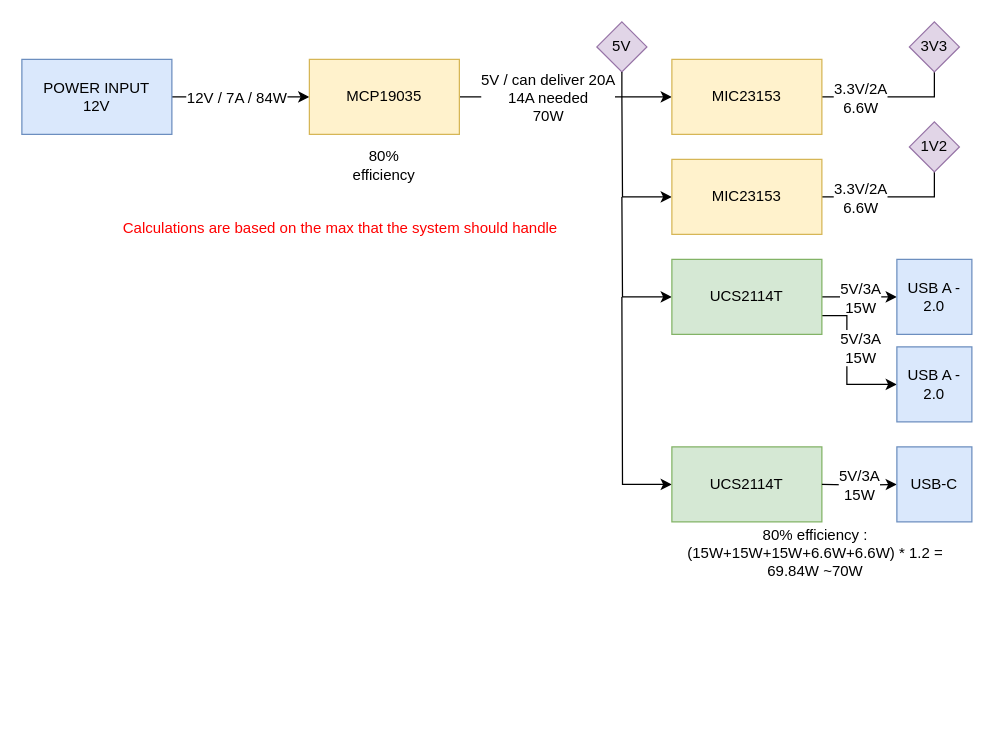
silardg/hub_project keeps this draw.io diagram as Docs/System Design/power-overview.drawio. Above is the earlier version. Source tidied: cells renumbered, new cells numbered last; positions are measured from the earlier drawing's top-left corner, leaving out a move shared by most shapes. Both pictures are drawn from the tidied source at 125%, with x=0, y=0 at pixel (21, 21).
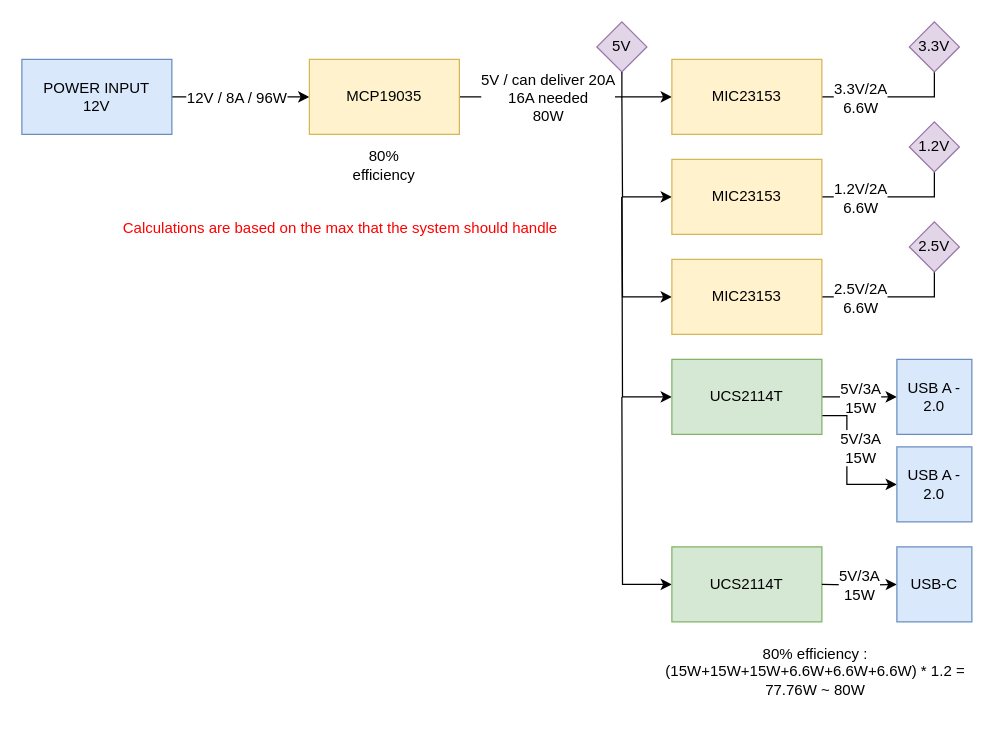
The same page after the edit.

The change refers to these unchanged cells:
```xml
<mxCell id="2" style="edgeStyle=orthogonalEdgeStyle;rounded=0;jettySize=auto;html=1;" parent="1" edge="1" source="4" target="7">
  <mxGeometry relative="1" as="geometry" />
</mxCell>
<mxCell id="5" style="edgeStyle=orthogonalEdgeStyle;rounded=0;jettySize=auto;html=1;fontSize=12;" parent="1" edge="1" source="7" target="10">
  <mxGeometry relative="1" as="geometry" />
</mxCell>
<mxCell id="12" style="edgeStyle=orthogonalEdgeStyle;rounded=0;jettySize=auto;html=1;exitX=1;exitY=0.5;exitDx=0;exitDy=0;entryX=0.5;entryY=1;entryDx=0;entryDy=0;fontSize=12;startArrow=none;startFill=0;endArrow=none;endFill=0;" parent="1" edge="1" source="14" target="18">
  <mxGeometry relative="1" as="geometry" />
</mxCell>
```

The edit, as a diff of the source:
```diff
@@
-    <mxCell id="3" value="12V / 7A / 84W" style="edgeLabel;html=1;align=center;verticalAlign=middle;fontSize=12;" parent="2" vertex="1">
+    <mxCell id="3" value="12V / 8A / 96W" style="edgeLabel;html=1;align=center;verticalAlign=middle;fontSize=12;" parent="2" vertex="1">
       <mxGeometry x="-0.19" relative="1" as="geometry">
         <mxPoint x="6" as="offset" />
       </mxGeometry>
     </mxCell>
@@
-    <mxCell id="6" value="5V / can deliver 20A&lt;br&gt;14A needed&lt;br&gt;70W" style="edgeLabel;html=1;align=center;verticalAlign=middle;fontSize=12;" parent="5" vertex="1">
+    <mxCell id="6" value="5V / can deliver 20A&lt;br&gt;16A needed&lt;br&gt;80W" style="edgeLabel;html=1;align=center;verticalAlign=middle;fontSize=12;" parent="5" vertex="1">
       <mxGeometry x="-0.31" y="1" relative="1" as="geometry">
         <mxPoint x="11" y="1" as="offset" />
       </mxGeometry>
     </mxCell>
@@
-    <mxCell id="13" value="3.3V/2A&lt;br&gt;6.6W" style="edgeLabel;html=1;align=center;verticalAlign=middle;fontSize=12;" parent="12" vertex="1">
+    <mxCell id="13" value="1.2V/2A&lt;br&gt;6.6W" style="edgeLabel;html=1;align=center;verticalAlign=middle;fontSize=12;" parent="12" vertex="1">
       <mxGeometry x="-0.4" relative="1" as="geometry">
         <mxPoint x="-3" as="offset" />
       </mxGeometry>
     </mxCell>
@@
-    <mxCell id="17" value="&lt;font style=&quot;font-size: 12px;&quot;&gt;3V3&lt;/font&gt;" style="rhombus;whiteSpace=wrap;html=1;align=center;fillColor=#e1d5e7;strokeColor=#9673a6;" parent="1" vertex="1">
+    <mxCell id="17" value="&lt;font style=&quot;font-size: 12px;&quot;&gt;3.3V&lt;/font&gt;" style="rhombus;whiteSpace=wrap;html=1;align=center;fillColor=#e1d5e7;strokeColor=#9673a6;" parent="1" vertex="1">
       <mxGeometry x="710" width="40" height="40" as="geometry" />
     </mxCell>
-    <mxCell id="18" value="&lt;font style=&quot;font-size: 12px;&quot;&gt;1V2&lt;/font&gt;" style="rhombus;whiteSpace=wrap;html=1;align=center;fillColor=#e1d5e7;strokeColor=#9673a6;" parent="1" vertex="1">
+    <mxCell id="18" value="&lt;font style=&quot;font-size: 12px;&quot;&gt;1.2V&lt;/font&gt;" style="rhombus;whiteSpace=wrap;html=1;align=center;fillColor=#e1d5e7;strokeColor=#9673a6;" parent="1" vertex="1">
       <mxGeometry x="710" y="80" width="40" height="40" as="geometry" />
     </mxCell>
@@
     <mxCell id="22" style="edgeStyle=orthogonalEdgeStyle;rounded=0;jettySize=auto;html=1;exitX=1;exitY=0.75;exitDx=0;exitDy=0;entryX=0;entryY=0.5;entryDx=0;entryDy=0;fontSize=12;startArrow=none;startFill=0;endArrow=classic;endFill=1;" parent="1" edge="1" source="23" target="32">
       <mxGeometry relative="1" as="geometry">
         <Array as="points">
-          <mxPoint x="660" y="235" />
-          <mxPoint x="660" y="290" />
+          <mxPoint x="660" y="315" />
+          <mxPoint x="660" y="370" />
         </Array>
       </mxGeometry>
     </mxCell>
     <mxCell id="23" value="UCS2114T" style="rounded=0;whiteSpace=wrap;html=1;fillColor=#d5e8d4;strokeColor=#82b366;" parent="1" vertex="1">
-      <mxGeometry x="520" y="190" width="120" height="60" as="geometry" />
+      <mxGeometry x="520" y="270" width="120" height="60" as="geometry" />
     </mxCell>
     <mxCell id="24" value="USB A - 2.0" style="rounded=0;whiteSpace=wrap;html=1;fontSize=12;fillColor=#dae8fc;strokeColor=#6c8ebf;" parent="1" vertex="1">
-      <mxGeometry x="700" y="190" width="60" height="60" as="geometry" />
+      <mxGeometry x="700" y="270" width="60" height="60" as="geometry" />
     </mxCell>
     <mxCell id="25" style="edgeStyle=orthogonalEdgeStyle;rounded=0;jettySize=auto;html=1;exitX=0;exitY=0.5;exitDx=0;exitDy=0;fontSize=12;startArrow=classic;startFill=1;endArrow=none;endFill=0;" parent="1" edge="1" source="26">
       <mxGeometry relative="1" as="geometry">
-        <mxPoint x="480" y="220" as="targetPoint" />
+        <mxPoint x="480" y="300" as="targetPoint" />
       </mxGeometry>
     </mxCell>
     <mxCell id="26" value="UCS2114T" style="rounded=0;whiteSpace=wrap;html=1;fillColor=#d5e8d4;strokeColor=#82b366;" parent="1" vertex="1">
-      <mxGeometry x="520" y="340" width="120" height="60" as="geometry" />
+      <mxGeometry x="520" y="420" width="120" height="60" as="geometry" />
     </mxCell>
     <mxCell id="27" style="edgeStyle=orthogonalEdgeStyle;rounded=0;jettySize=auto;html=1;exitX=1;exitY=0.5;exitDx=0;exitDy=0;entryX=0;entryY=0.5;entryDx=0;entryDy=0;fontSize=12;startArrow=none;startFill=0;endArrow=classic;endFill=1;" parent="1" edge="1" target="29">
       <mxGeometry relative="1" as="geometry">
-        <mxPoint x="640" y="370" as="sourcePoint" />
+        <mxPoint x="640" y="450" as="sourcePoint" />
       </mxGeometry>
     </mxCell>
@@
     <mxCell id="29" value="USB-C" style="rounded=0;whiteSpace=wrap;html=1;fontSize=12;fillColor=#dae8fc;strokeColor=#6c8ebf;" parent="1" vertex="1">
-      <mxGeometry x="700" y="340" width="60" height="60" as="geometry" />
+      <mxGeometry x="700" y="420" width="60" height="60" as="geometry" />
     </mxCell>
-    <mxCell id="30" value="80% efficiency : (15W+15W+15W+6.6W+6.6W) * 1.2 = 69.84W ~70W" style="text;html=1;strokeColor=none;fillColor=none;align=center;verticalAlign=middle;whiteSpace=wrap;rounded=0;fontSize=12;" parent="1" vertex="1">
-      <mxGeometry x="510" y="410" width="250" height="30" as="geometry" />
+    <mxCell id="30" value="80% efficiency : (15W+15W+15W+6.6W+6.6W+6.6W) * 1.2 = 77.76W ~ 80W" style="text;html=1;strokeColor=none;fillColor=none;align=center;verticalAlign=middle;whiteSpace=wrap;rounded=0;fontSize=12;" parent="1" vertex="1">
+      <mxGeometry x="510" y="490" width="250" height="60" as="geometry" />
     </mxCell>
@@
     <mxCell id="32" value="USB A - 2.0" style="rounded=0;whiteSpace=wrap;html=1;fontSize=12;fillColor=#dae8fc;strokeColor=#6c8ebf;" parent="1" vertex="1">
-      <mxGeometry x="700" y="260" width="60" height="60" as="geometry" />
+      <mxGeometry x="700" y="340" width="60" height="60" as="geometry" />
     </mxCell>
     <mxCell id="33" value="5V/3A&lt;br&gt;15W" style="edgeLabel;html=1;align=center;verticalAlign=middle;fontSize=12;" parent="1" vertex="1">
-      <mxGeometry x="670" y="260" as="geometry" />
+      <mxGeometry x="670" y="340" as="geometry" />
     </mxCell>
@@
+    <mxCell id="35" style="edgeStyle=orthogonalEdgeStyle;rounded=0;jettySize=auto;html=1;exitX=0;exitY=0.5;exitDx=0;exitDy=0;fontSize=12;startArrow=classic;startFill=1;endArrow=none;endFill=0;" parent="1" edge="1" source="38">
+      <mxGeometry relative="1" as="geometry">
+        <mxPoint x="480" y="140" as="targetPoint" />
+      </mxGeometry>
+    </mxCell>
+    <mxCell id="36" style="edgeStyle=orthogonalEdgeStyle;rounded=0;jettySize=auto;html=1;exitX=1;exitY=0.5;exitDx=0;exitDy=0;entryX=0.5;entryY=1;entryDx=0;entryDy=0;fontSize=12;startArrow=none;startFill=0;endArrow=none;endFill=0;" parent="1" edge="1" source="38" target="39">
+      <mxGeometry relative="1" as="geometry" />
+    </mxCell>
+    <mxCell id="37" value="2.5V/2A&lt;br&gt;6.6W" style="edgeLabel;html=1;align=center;verticalAlign=middle;fontSize=12;" parent="36" vertex="1">
+      <mxGeometry x="-0.4" relative="1" as="geometry">
+        <mxPoint x="-3" as="offset" />
+      </mxGeometry>
+    </mxCell>
+    <mxCell id="38" value="MIC23153" style="rounded=0;whiteSpace=wrap;html=1;fillColor=#fff2cc;strokeColor=#d6b656;" parent="1" vertex="1">
+      <mxGeometry x="520" y="190" width="120" height="60" as="geometry" />
+    </mxCell>
+    <mxCell id="39" value="&lt;font style=&quot;font-size: 12px;&quot;&gt;2.5V&lt;/font&gt;" style="rhombus;whiteSpace=wrap;html=1;align=center;fillColor=#e1d5e7;strokeColor=#9673a6;" parent="1" vertex="1">
+      <mxGeometry x="710" y="160" width="40" height="40" as="geometry" />
+    </mxCell>
```
